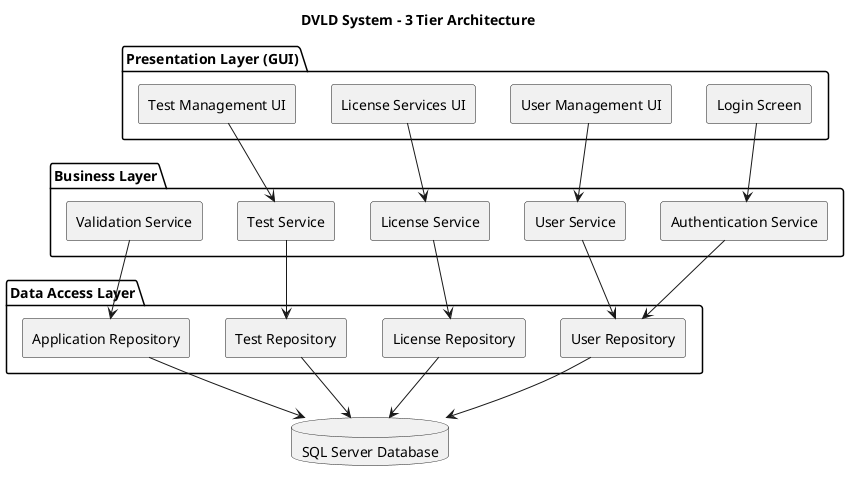
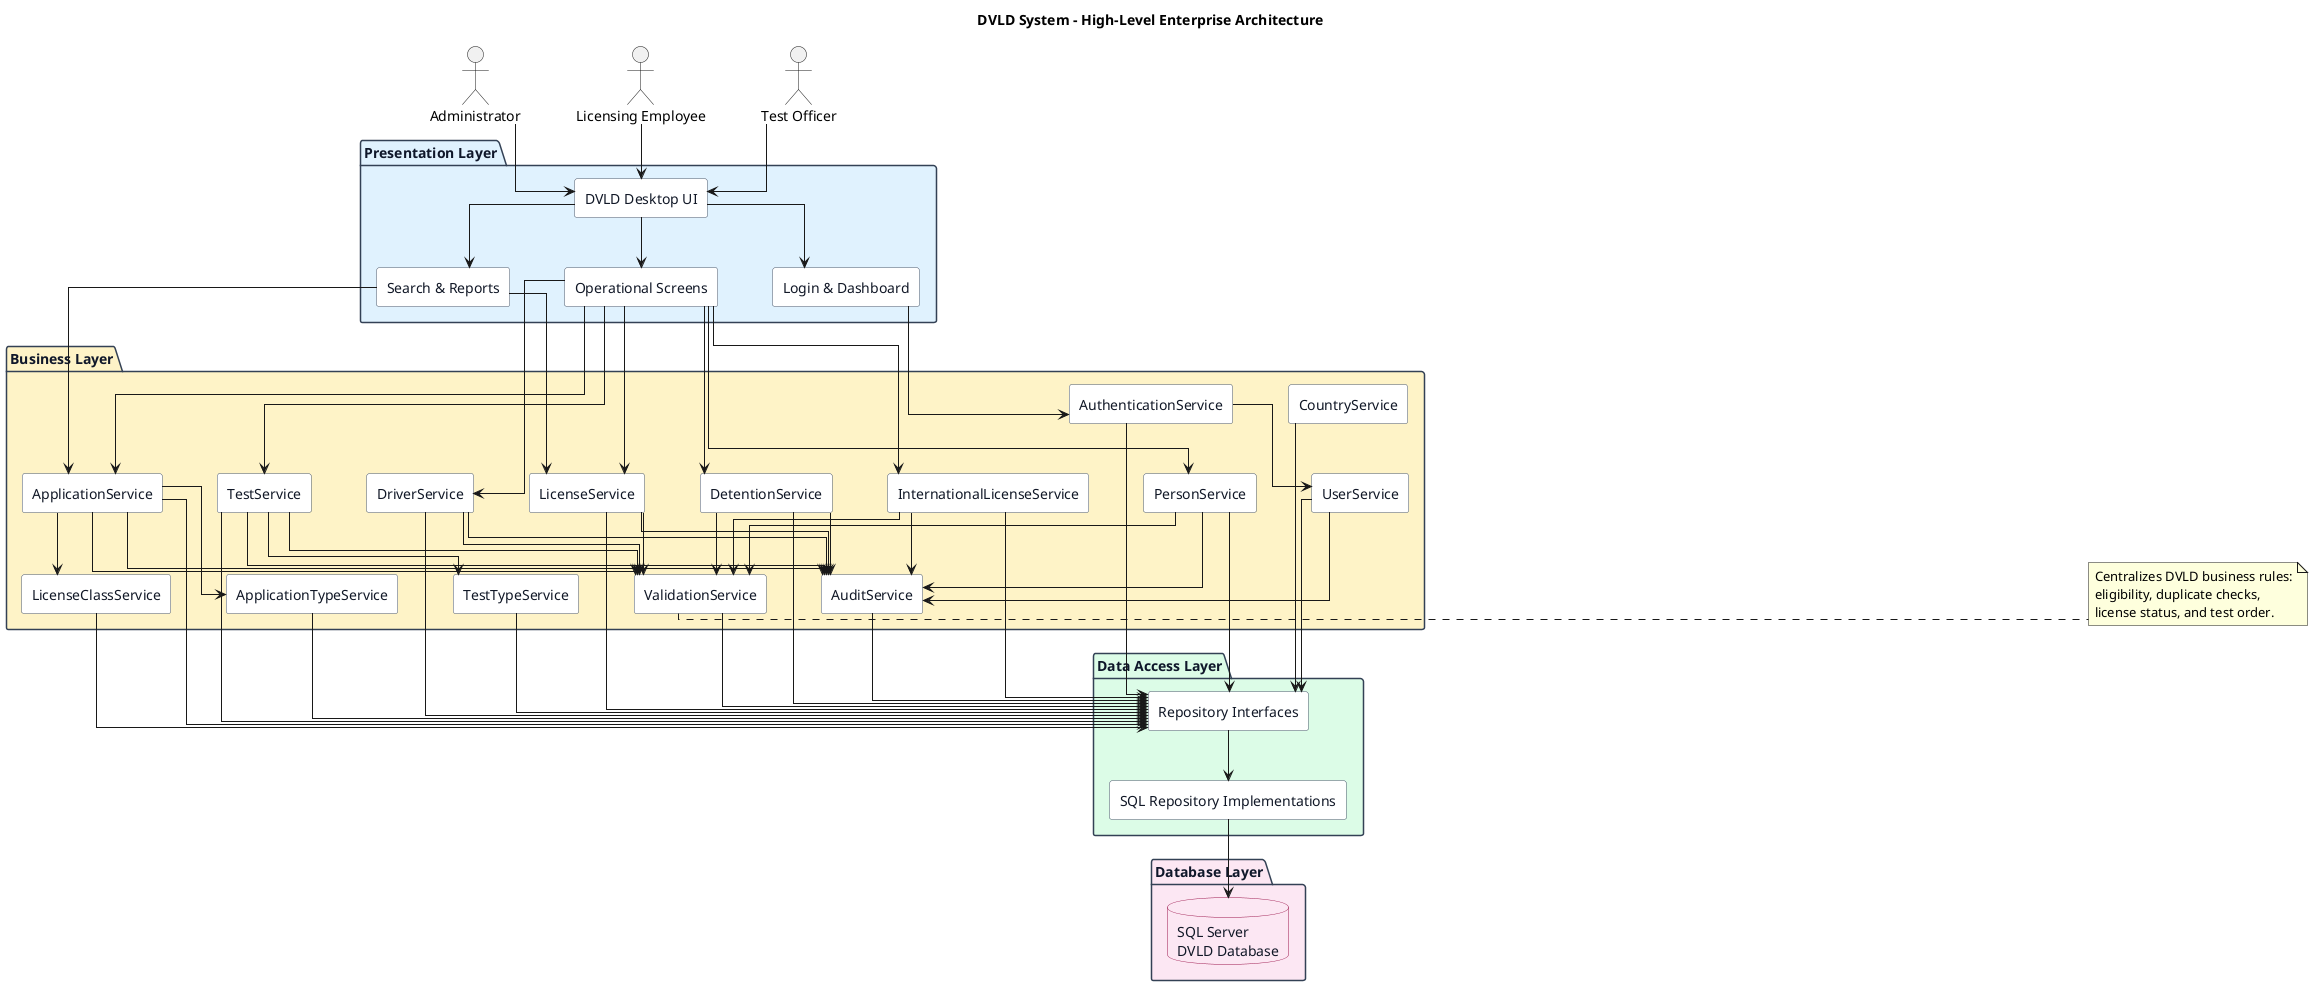
@startuml architecture
- title DVLD System - 3 Tier Architecture
+ title DVLD System - High-Level Enterprise Architecture

- skinparam componentStyle rectangle
- skinparam shadowing false
top to bottom direction

- package "Presentation Layer (GUI)" {
+ skinparam shadowing false
+ skinparam componentStyle rectangle
+ skinparam linetype ortho
+ skinparam backgroundColor #FFFFFF
+ skinparam nodesep 55
+ skinparam ranksep 50

-   [Login Screen]
-   [User Management UI]
-   [License Services UI]
-   [Test Management UI]
- 
+ skinparam package {
+   BorderColor #334155
+   FontColor #0F172A
+   FontStyle bold
+ }
+ skinparam component {
+   BackgroundColor #FFFFFF
+   BorderColor #475569
+   FontColor #111827
+ }
+ skinparam database {
+   BackgroundColor #FCE7F3
+   BorderColor #9D174D
+   FontColor #111827
}

- package "Business Layer" {
+ actor "Administrator" as Administrator
+ actor "Licensing Employee" as LicensingEmployee
+ actor "Test Officer" as TestOfficer

-   [Authentication Service]
-   [User Service]
-   [License Service]
-   [Test Service]
-   [Validation Service]
- 
+ package "Presentation Layer" #E0F2FE {
+   component "DVLD Desktop UI" as DesktopUI
+   component "Login & Dashboard" as LoginDashboard
+   component "Operational Screens" as OperationalScreens
+   component "Search & Reports" as SearchReports
}

- package "Data Access Layer" {
- 
-   [User Repository]
-   [License Repository]
-   [Test Repository]
-   [Application Repository]
- 
+ package "Business Layer" #FEF3C7 {
+   component "AuthenticationService" as AuthenticationService
+   component "UserService" as UserService
+   component "PersonService" as PersonService
+   component "ApplicationService" as ApplicationService
+   component "LicenseService" as LicenseService
+   component "TestService" as TestService
+   component "ValidationService" as ValidationService
+   component "AuditService" as AuditService
+   component "DriverService" as DriverService
+   component "CountryService" as CountryService
+   component "ApplicationTypeService" as ApplicationTypeService
+   component "LicenseClassService" as LicenseClassService
+   component "TestTypeService" as TestTypeService
+   component "DetentionService" as DetentionService
+   component "InternationalLicenseService" as InternationalLicenseService
}

- database "SQL Server Database" as DB
+ package "Data Access Layer" #DCFCE7 {
+   component "Repository Interfaces" as RepositoryInterfaces
+   component "SQL Repository Implementations" as RepositoryImplementations
+ }

- [Login Screen] --> [Authentication Service]
- [User Management UI] --> [User Service]
- [License Services UI] --> [License Service]
- [Test Management UI] --> [Test Service]
+ package "Database Layer" #FCE7F3 {
+   database "SQL Server\nDVLD Database" as SqlServer
+ }

- [Authentication Service] --> [User Repository]
- [User Service] --> [User Repository]
- [License Service] --> [License Repository]
- [Test Service] --> [Test Repository]
- [Validation Service] --> [Application Repository]
+ Administrator --> DesktopUI
+ LicensingEmployee --> DesktopUI
+ TestOfficer --> DesktopUI

- [User Repository] --> DB
- [License Repository] --> DB
- [Test Repository] --> DB
- [Application Repository] --> DB
+ DesktopUI --> LoginDashboard
+ DesktopUI --> OperationalScreens
+ DesktopUI --> SearchReports

- @enduml+ LoginDashboard --> AuthenticationService
+ OperationalScreens --> ApplicationService
+ OperationalScreens --> PersonService
+ OperationalScreens --> LicenseService
+ OperationalScreens --> TestService
+ OperationalScreens --> DriverService
+ OperationalScreens --> DetentionService
+ OperationalScreens --> InternationalLicenseService
+ SearchReports --> ApplicationService
+ SearchReports --> LicenseService
+ 
+ AuthenticationService --> UserService
+ PersonService --> ValidationService
+ ApplicationService --> ValidationService
+ LicenseService --> ValidationService
+ TestService --> ValidationService
+ DriverService --> ValidationService
+ DetentionService --> ValidationService
+ InternationalLicenseService --> ValidationService
+ ApplicationService --> ApplicationTypeService
+ ApplicationService --> LicenseClassService
+ TestService --> TestTypeService
+ 
+ UserService --> AuditService
+ PersonService --> AuditService
+ ApplicationService --> AuditService
+ LicenseService --> AuditService
+ TestService --> AuditService
+ DriverService --> AuditService
+ DetentionService --> AuditService
+ InternationalLicenseService --> AuditService
+ 
+ AuthenticationService --> RepositoryInterfaces
+ UserService --> RepositoryInterfaces
+ PersonService --> RepositoryInterfaces
+ ApplicationService --> RepositoryInterfaces
+ LicenseService --> RepositoryInterfaces
+ TestService --> RepositoryInterfaces
+ ValidationService --> RepositoryInterfaces
+ AuditService --> RepositoryInterfaces
+ DriverService --> RepositoryInterfaces
+ CountryService --> RepositoryInterfaces
+ ApplicationTypeService --> RepositoryInterfaces
+ LicenseClassService --> RepositoryInterfaces
+ TestTypeService --> RepositoryInterfaces
+ DetentionService --> RepositoryInterfaces
+ InternationalLicenseService --> RepositoryInterfaces
+ 
+ RepositoryInterfaces --> RepositoryImplementations
+ RepositoryImplementations --> SqlServer
+ 
+ note right of ValidationService
+ Centralizes DVLD business rules:
+ eligibility, duplicate checks,
+ license status, and test order.
+ end note
+ 
+ @enduml
